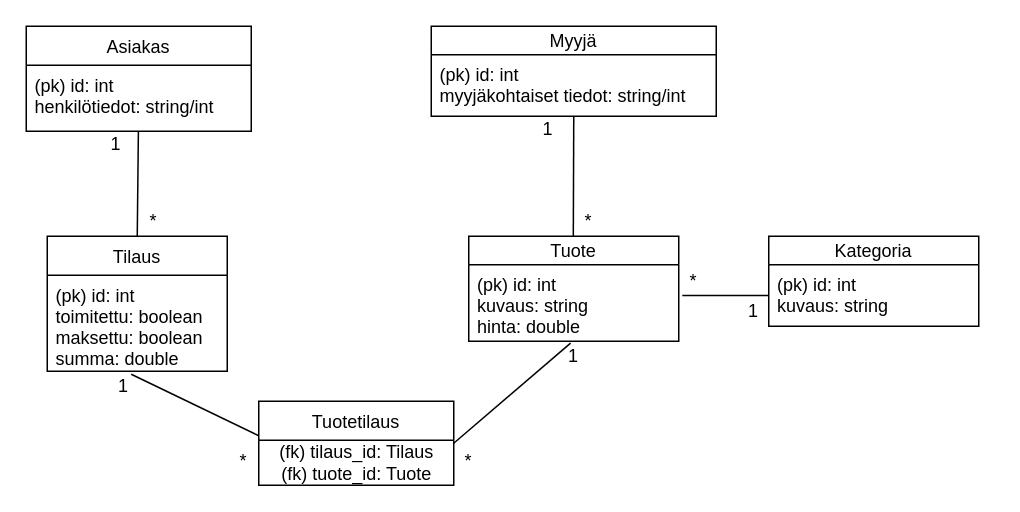
Above: kuvat/Untitled Diagram.drawio in parissak/Verkkokauppa (draw.io), before the change. Source tidied: cells renumbered, new cells numbered last; positions are measured from the earlier drawing's top-left corner, leaving out a move shared by most shapes. Both pictures are drawn from the tidied source at 150%, with x=0, y=0 at pixel (26, 26).
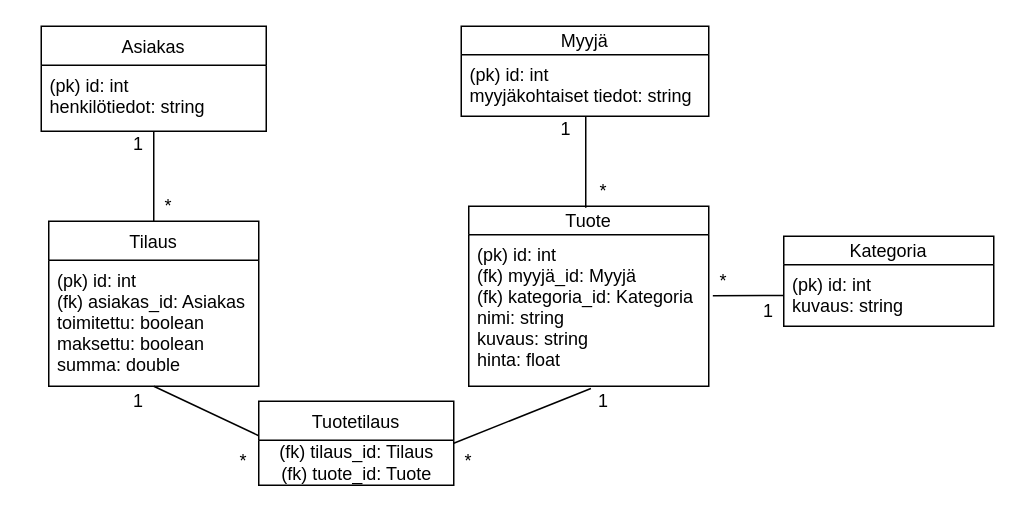
The same page after the edit.

Commit message (it also covers changes not shown here):
kaavion päivitys

Unchanged cells that the change refers to:
```xml
<mxCell id="10" value="Tuotetilaus" style="swimlane;fontStyle=0;horizontal=1;startSize=26;fillColor=none;" parent="1" vertex="1">
  <mxGeometry x="155" y="250" width="130" height="56" as="geometry" />
</mxCell>
```

The edit, as a diff of the source:
```diff
@@
     <mxCell id="2" value="Asiakas" style="swimlane;fontStyle=0;horizontal=1;startSize=26;fillColor=none;" parent="1" vertex="1">
-      <mxGeometry width="150" height="70" as="geometry" />
+      <mxGeometry x="10" width="150" height="70" as="geometry" />
     </mxCell>
-    <mxCell id="3" value="(pk) id: int&#10;henkilötiedot: string/int" style="text;strokeColor=none;fillColor=none;align=left;verticalAlign=top;spacingLeft=4;spacingRight=4;overflow=hidden;points=[[0,0.5],[1,0.5]];portConstraint=eastwest;" parent="2" vertex="1">
+    <mxCell id="3" value="(pk) id: int&#10;henkilötiedot: string" style="text;strokeColor=none;fillColor=none;align=left;verticalAlign=top;spacingLeft=4;spacingRight=4;overflow=hidden;points=[[0,0.5],[1,0.5]];portConstraint=eastwest;" parent="2" vertex="1">
       <mxGeometry y="26" width="150" height="44" as="geometry" />
     </mxCell>
     <mxCell id="4" value="Myyjä" style="swimlane;fontStyle=0;horizontal=1;startSize=19;fillColor=none;" parent="1" vertex="1">
-      <mxGeometry x="270" width="190" height="60" as="geometry" />
+      <mxGeometry x="290" width="165" height="60" as="geometry" />
     </mxCell>
-    <mxCell id="5" value="(pk) id: int&#10;myyjäkohtaiset tiedot: string/int&#10;" style="text;strokeColor=none;fillColor=none;align=left;verticalAlign=top;spacingLeft=4;spacingRight=4;overflow=hidden;" parent="4" vertex="1">
-      <mxGeometry y="19" width="190" height="41" as="geometry" />
+    <mxCell id="5" value="(pk) id: int&#10;myyjäkohtaiset tiedot: string&#10;" style="text;strokeColor=none;fillColor=none;align=left;verticalAlign=top;spacingLeft=4;spacingRight=4;overflow=hidden;" parent="4" vertex="1">
+      <mxGeometry y="19" width="165" height="41" as="geometry" />
     </mxCell>
     <mxCell id="6" value="Tuote" style="swimlane;fontStyle=0;horizontal=1;startSize=19;fillColor=none;" parent="1" vertex="1">
-      <mxGeometry x="295" y="140" width="140" height="70" as="geometry" />
+      <mxGeometry x="295" y="120" width="160" height="120" as="geometry" />
     </mxCell>
-    <mxCell id="7" value="(pk) id: int&#10;kuvaus: string&#10;hinta: double&#10;&#10;" style="text;strokeColor=none;fillColor=none;align=left;verticalAlign=top;spacingLeft=4;spacingRight=4;overflow=hidden;points=[[0,0.5],[1,0.5]];portConstraint=eastwest;" parent="6" vertex="1">
-      <mxGeometry y="19" width="140" height="51" as="geometry" />
+    <mxCell id="7" value="(pk) id: int&#10;(fk) myyjä_id: Myyjä&#10;(fk) kategoria_id: Kategoria&#10;nimi: string&#10;kuvaus: string&#10;hinta: float&#10;&#10;" style="text;strokeColor=none;fillColor=none;align=left;verticalAlign=top;spacingLeft=4;spacingRight=4;overflow=hidden;points=[[0,0.5],[1,0.5]];portConstraint=eastwest;" parent="6" vertex="1">
+      <mxGeometry y="19" width="160" height="101" as="geometry" />
     </mxCell>
     <mxCell id="8" value="Tilaus" style="swimlane;fontStyle=0;horizontal=1;startSize=26;fillColor=none;" parent="1" vertex="1">
-      <mxGeometry x="14" y="140" width="120" height="90" as="geometry" />
+      <mxGeometry x="15" y="130" width="140" height="110" as="geometry" />
     </mxCell>
-    <mxCell id="9" value="(pk) id: int&#10;toimitettu: boolean &#10;maksettu: boolean&#10;summa: double&#10;" style="text;strokeColor=none;fillColor=none;align=left;verticalAlign=top;spacingLeft=4;spacingRight=4;overflow=hidden;" parent="8" vertex="1">
-      <mxGeometry y="26" width="120" height="64" as="geometry" />
+    <mxCell id="9" value="(pk) id: int&#10;(fk) asiakas_id: Asiakas&#10;toimitettu: boolean &#10;maksettu: boolean&#10;summa: double&#10;" style="text;strokeColor=none;fillColor=none;align=left;verticalAlign=top;spacingLeft=4;spacingRight=4;overflow=hidden;" parent="8" vertex="1">
+      <mxGeometry y="26" width="140" height="84" as="geometry" />
     </mxCell>
@@
     <mxCell id="12" style="endArrow=none;html=1;" parent="1" edge="1">
       <mxGeometry relative="1" as="geometry">
         <mxPoint x="155" y="273" as="sourcePoint" />
-        <mxPoint x="70" y="232" as="targetPoint" />
+        <mxPoint x="85" y="240" as="targetPoint" />
       </mxGeometry>
     </mxCell>
-    <mxCell id="13" style="endArrow=none;html=1;exitX=1;exitY=0.5;exitDx=0;exitDy=0;entryX=0.485;entryY=1.024;entryDx=0;entryDy=0;entryPerimeter=0;" parent="1" edge="1" source="10" target="7">
+    <mxCell id="13" style="endArrow=none;html=1;exitX=1;exitY=0.5;exitDx=0;exitDy=0;entryX=0.509;entryY=1.015;entryDx=0;entryDy=0;entryPerimeter=0;" parent="1" edge="1" source="10" target="7">
       <mxGeometry relative="1" as="geometry" />
     </mxCell>
@@
     <mxCell id="15" value="*" style="text;html=1;strokeColor=none;fillColor=none;align=center;verticalAlign=middle;whiteSpace=wrap;rounded=0;" parent="1" vertex="1">
-      <mxGeometry x="65" y="120" width="40" height="20" as="geometry" />
+      <mxGeometry x="75" y="110" width="40" height="20" as="geometry" />
     </mxCell>
     <mxCell id="16" value="1" style="text;html=1;strokeColor=none;fillColor=none;align=center;verticalAlign=middle;whiteSpace=wrap;rounded=0;" parent="1" vertex="1">
-      <mxGeometry x="45" y="70" width="30" height="18" as="geometry" />
+      <mxGeometry x="60" y="70" width="30" height="18" as="geometry" />
     </mxCell>
@@
     <mxCell id="18" value="1" style="text;html=1;strokeColor=none;fillColor=none;align=center;verticalAlign=middle;whiteSpace=wrap;rounded=0;" parent="1" vertex="1">
-      <mxGeometry x="355" y="210" width="20" height="20" as="geometry" />
+      <mxGeometry x="375" y="240" width="20" height="20" as="geometry" />
     </mxCell>
     <mxCell id="19" value="1" style="text;html=1;strokeColor=none;fillColor=none;align=center;verticalAlign=middle;whiteSpace=wrap;rounded=0;" parent="1" vertex="1">
-      <mxGeometry x="55" y="230" width="20" height="20" as="geometry" />
+      <mxGeometry x="65" y="240" width="20" height="20" as="geometry" />
     </mxCell>
@@
-    <mxCell id="21" style="endArrow=none;html=1;exitX=0.5;exitY=0;exitDx=0;exitDy=0;entryX=0.5;entryY=1;entryDx=0;entryDy=0;" parent="1" edge="1" target="4">
+    <mxCell id="21" style="endArrow=none;html=1;" parent="1" edge="1">
       <mxGeometry relative="1" as="geometry">
-        <mxPoint x="364.7" y="140" as="sourcePoint" />
+        <mxPoint x="373" y="121" as="sourcePoint" />
+        <mxPoint x="373" y="60" as="targetPoint" />
       </mxGeometry>
     </mxCell>
     <mxCell id="22" value="1" style="text;html=1;strokeColor=none;fillColor=none;align=center;verticalAlign=middle;whiteSpace=wrap;rounded=0;" parent="1" vertex="1">
-      <mxGeometry x="333.3" y="60" width="30" height="18" as="geometry" />
+      <mxGeometry x="345" y="60" width="30" height="18" as="geometry" />
     </mxCell>
     <mxCell id="23" value="*" style="text;html=1;strokeColor=none;fillColor=none;align=center;verticalAlign=middle;whiteSpace=wrap;rounded=0;" parent="1" vertex="1">
-      <mxGeometry x="355" y="120" width="40" height="20" as="geometry" />
+      <mxGeometry x="365" y="100" width="40" height="20" as="geometry" />
     </mxCell>
     <mxCell id="24" value="Kategoria" style="swimlane;fontStyle=0;horizontal=1;startSize=19;fillColor=none;" parent="1" vertex="1">
-      <mxGeometry x="495" y="140" width="140" height="60" as="geometry" />
+      <mxGeometry x="505" y="140" width="140" height="60" as="geometry" />
     </mxCell>
@@
     <mxCell id="27" value="1" style="text;html=1;strokeColor=none;fillColor=none;align=center;verticalAlign=middle;whiteSpace=wrap;rounded=0;" parent="1" vertex="1">
-      <mxGeometry x="475" y="180" width="20" height="20" as="geometry" />
+      <mxGeometry x="485" y="180" width="20" height="20" as="geometry" />
     </mxCell>
     <mxCell id="28" value="*" style="text;html=1;strokeColor=none;fillColor=none;align=center;verticalAlign=middle;whiteSpace=wrap;rounded=0;" parent="1" vertex="1">
-      <mxGeometry x="425" y="160" width="40" height="20" as="geometry" />
+      <mxGeometry x="445" y="160" width="40" height="20" as="geometry" />
     </mxCell>
```
